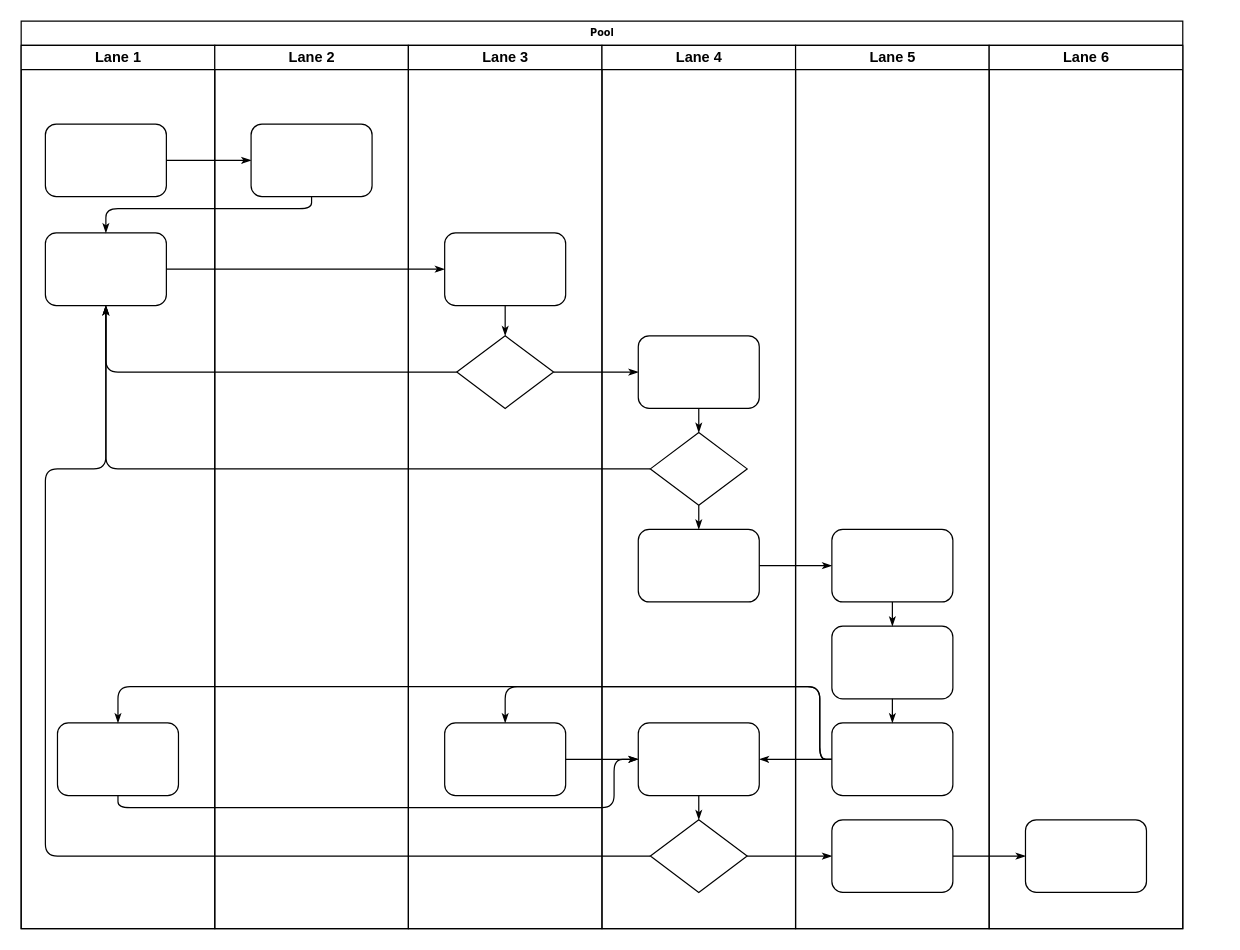
This is Untitled Diagram.drawio from 12li-wei/autosar-adaptive, a draw.io file, before an edit. Source tidied: cells renumbered, new cells numbered last; positions are measured from the earlier drawing's top-left corner, leaving out a move shared by most shapes. Both pictures are drawn from the tidied source at 121%, with x=0, y=0 at pixel (21, 21).
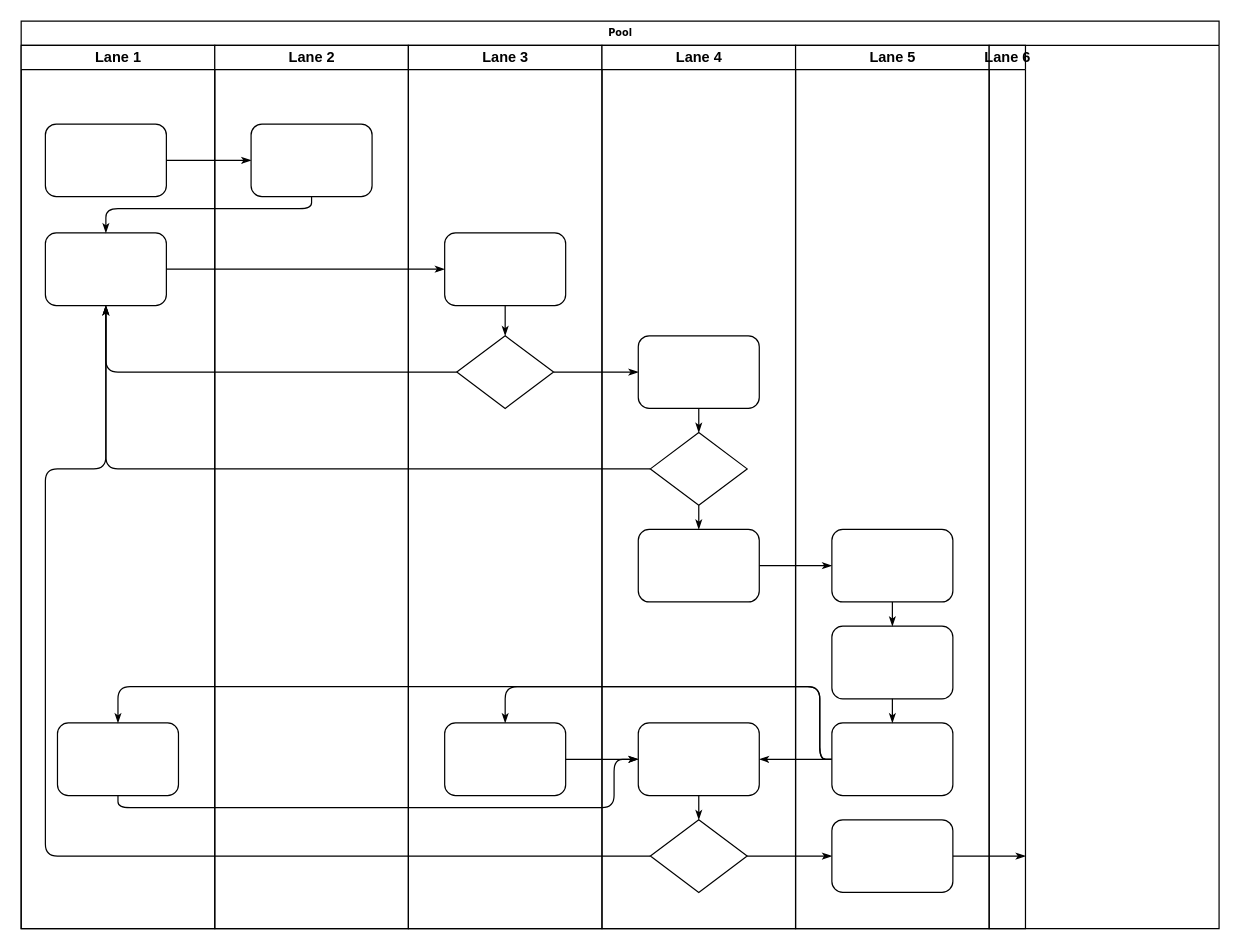
After the change.

Commit message:
orig_manager_pkg_manager

Unchanged cells that the change refers to:
```xml
<mxCell id="42" style="rounded=1;whiteSpace=wrap;html=1;shadow=0;labelBackgroundColor=none;strokeWidth=1;fontFamily=Verdana;fontSize=8;align=center;" parent="38" vertex="1">
  <mxGeometry x="30" y="640" width="100" height="60" as="geometry" />
</mxCell>
```

Change to the diagram source:
```diff
@@
     <mxCell id="2" value="Pool" style="swimlane;html=1;startSize=20;rounded=0;shadow=0;labelBackgroundColor=none;strokeWidth=1;fontFamily=Verdana;fontSize=8;align=center;" parent="1" vertex="1">
-      <mxGeometry width="960" height="750" as="geometry" />
+      <mxGeometry width="990" height="750" as="geometry" />
     </mxCell>
@@
-    <mxCell id="15" style="edgeStyle=orthogonalEdgeStyle;rounded=1;html=1;labelBackgroundColor=none;startArrow=none;startFill=0;startSize=5;endArrow=classicThin;endFill=1;endSize=5;jettySize=auto;strokeWidth=1;fontFamily=Verdana;fontSize=8;" parent="2" edge="1" source="42" target="46">
-      <mxGeometry relative="1" as="geometry" />
+    <mxCell id="15" style="edgeStyle=orthogonalEdgeStyle;rounded=1;html=1;labelBackgroundColor=none;startArrow=none;startFill=0;startSize=5;endArrow=classicThin;endFill=1;endSize=5;jettySize=auto;strokeWidth=1;fontFamily=Verdana;fontSize=8;" parent="2" edge="1" source="42">
+      <mxGeometry relative="1" as="geometry">
+        <mxPoint x="830" y="690" as="targetPoint" />
+      </mxGeometry>
     </mxCell>
@@
-    <mxCell id="45" value="Lane 6" style="swimlane;html=1;startSize=20;" parent="2" vertex="1">
-      <mxGeometry x="800" y="20" width="160" height="730" as="geometry" />
+    <mxCell id="45" value="Lane 6" style="swimlane;html=1;startSize=20;" parent="2" vertex="1" collapsed="1">
+      <mxGeometry x="800" y="20" width="30" height="730" as="geometry" />
     </mxCell>
-    <mxCell id="46" style="rounded=1;whiteSpace=wrap;html=1;shadow=0;labelBackgroundColor=none;strokeWidth=1;fontFamily=Verdana;fontSize=8;align=center;" parent="45" vertex="1">
-      <mxGeometry x="30" y="640" width="100" height="60" as="geometry" />
-    </mxCell>
```
